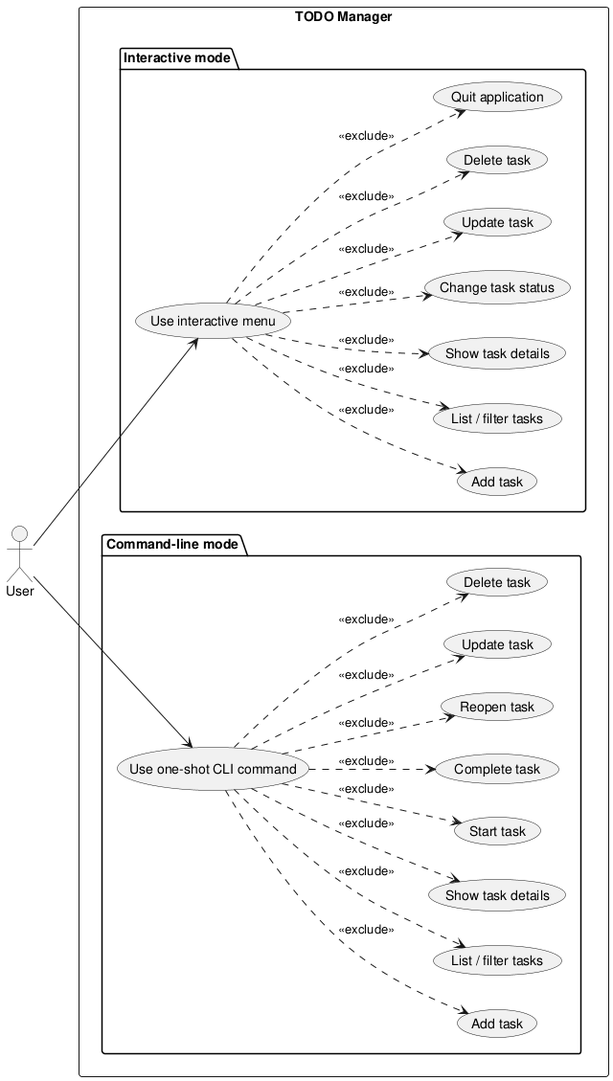
The PlantUML diagram experiments/broadcast/user_stories/TODO/artifacts/use_case_diagram.png in DanielRiha8906/Software_autoevolution_using_agents, before a commit.
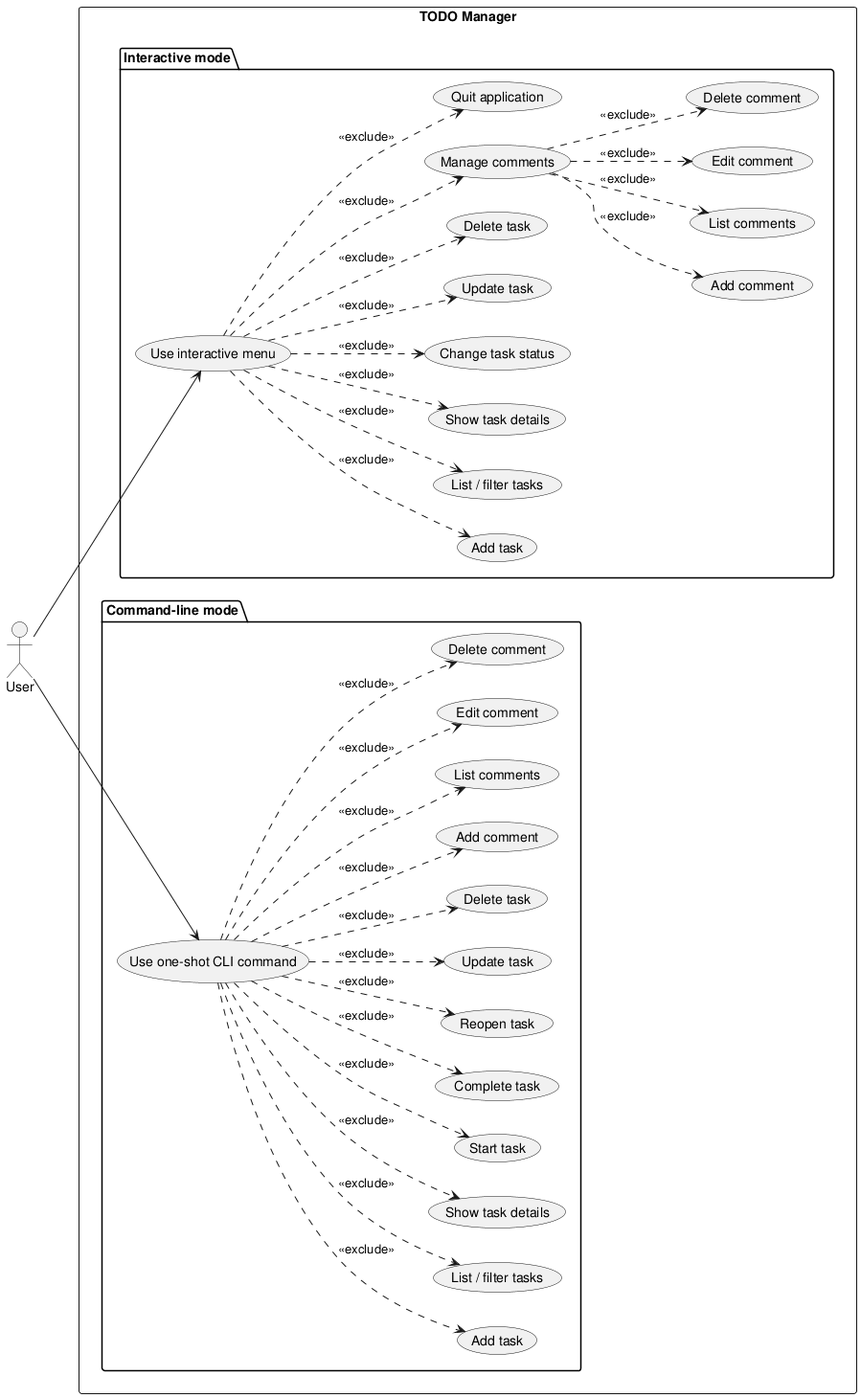
Above is the later version.

Change to the diagram source:
```diff
@@ -14,6 +14,11 @@
     usecase "Change task status" as I_STATUS
     usecase "Update task" as I_UPDATE
     usecase "Delete task" as I_DELETE
+    usecase "Manage comments" as I_COMMENTS
+    usecase "Add comment" as I_COMMENT_ADD
+    usecase "List comments" as I_COMMENT_LIST
+    usecase "Edit comment" as I_COMMENT_EDIT
+    usecase "Delete comment" as I_COMMENT_DELETE
     usecase "Quit application" as I_QUIT
   }
 
@@ -27,6 +32,10 @@
     usecase "Reopen task" as C_REOPEN
     usecase "Update task" as C_UPDATE
     usecase "Delete task" as C_DELETE
+    usecase "Add comment" as C_COMMENT_ADD
+    usecase "List comments" as C_COMMENT_LIST
+    usecase "Edit comment" as C_COMMENT_EDIT
+    usecase "Delete comment" as C_COMMENT_DELETE
   }
 }
 
@@ -39,6 +48,11 @@
 UI ..> I_STATUS : <<exclude>>
 UI ..> I_UPDATE : <<exclude>>
 UI ..> I_DELETE : <<exclude>>
+UI ..> I_COMMENTS : <<exclude>>
+I_COMMENTS ..> I_COMMENT_ADD : <<exclude>>
+I_COMMENTS ..> I_COMMENT_LIST : <<exclude>>
+I_COMMENTS ..> I_COMMENT_EDIT : <<exclude>>
+I_COMMENTS ..> I_COMMENT_DELETE : <<exclude>>
 UI ..> I_QUIT   : <<exclude>>
 
 CLI ..> C_ADD    : <<exclude>>
@@ -49,5 +63,9 @@
 CLI ..> C_REOPEN : <<exclude>>
 CLI ..> C_UPDATE : <<exclude>>
 CLI ..> C_DELETE : <<exclude>>
+CLI ..> C_COMMENT_ADD : <<exclude>>
+CLI ..> C_COMMENT_LIST : <<exclude>>
+CLI ..> C_COMMENT_EDIT : <<exclude>>
+CLI ..> C_COMMENT_DELETE : <<exclude>>
 
 @enduml
```
